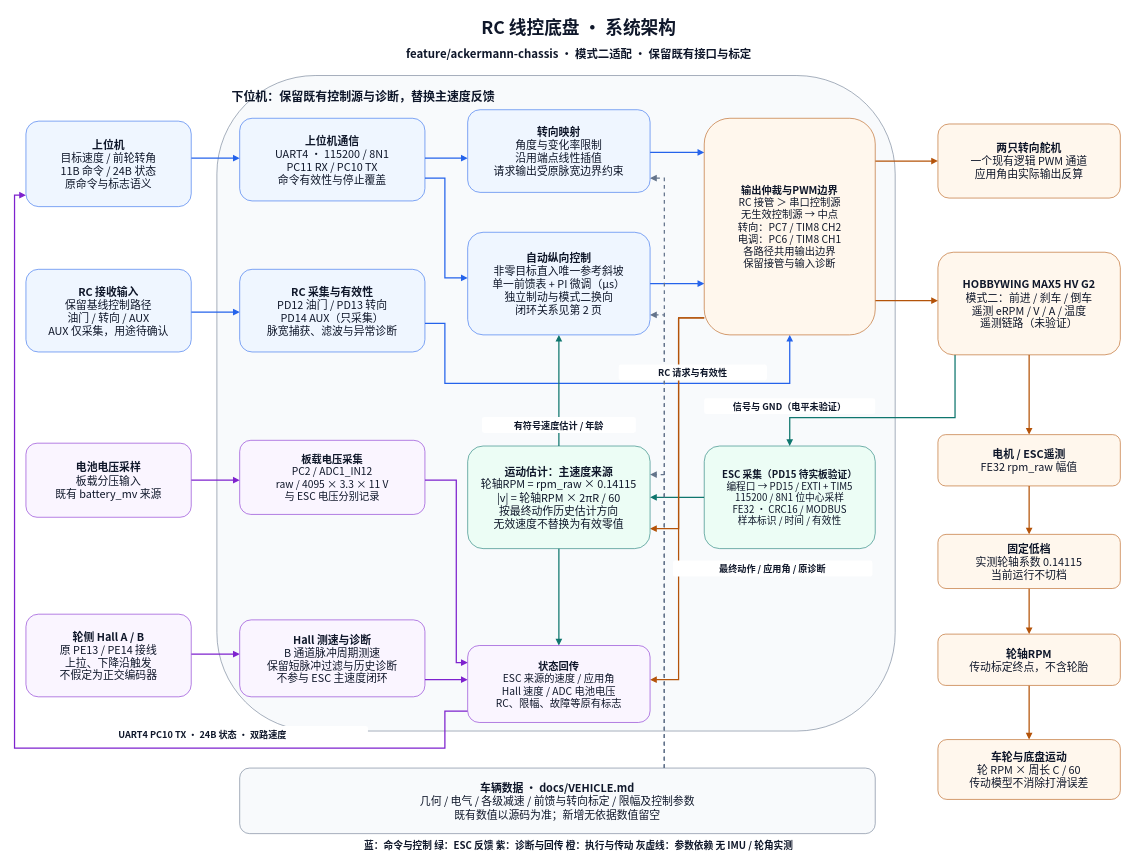
Above: page "01 系统架构与数据来源" (1 of 2) of docs/diagrams/chassis.drawio in XM-LEES/RCCar-Firmware (draw.io), before the change. Source tidied: cells renumbered, new cells numbered last; positions are measured from the earlier drawing's top-left corner, leaving out a move shared by most shapes. Both pictures are drawn from the tidied source at 57%, with x=0, y=0 at pixel (14, 10).
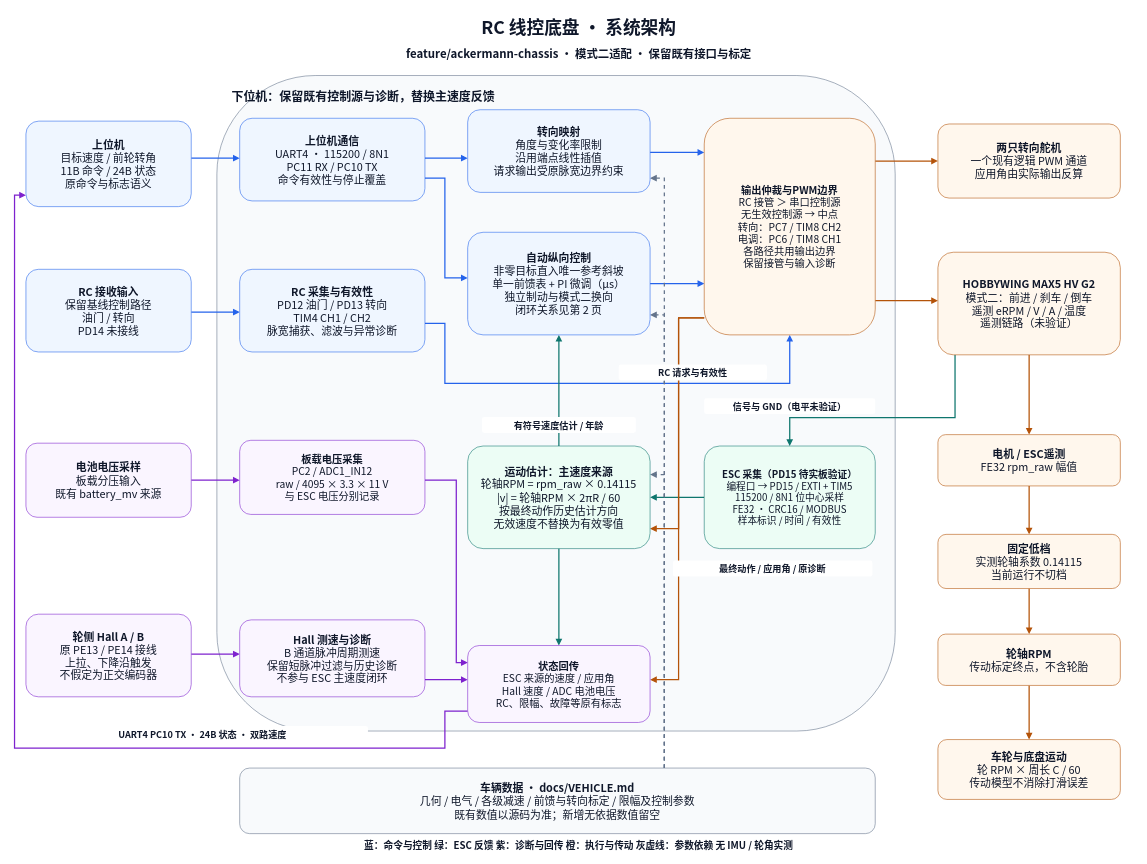
The same page after the edit.

Diff of the diagram source:
```diff
@@
-    <mxCell id="39" value="&lt;b&gt;RC 接收输入&lt;/b&gt;&lt;br&gt;保留基线控制路径&lt;br&gt;油门 / 转向 / AUX&lt;br&gt;AUX 仅采集，用途待确认" style="rounded=1;whiteSpace=wrap;html=1;fontFamily=Noto Sans CJK SC;fontSize=19;fontColor=#0f172a;fillColor=#eff6ff;strokeColor=#2563eb;spacing=8;" parent="1" vertex="1">
+    <mxCell id="39" value="&lt;b&gt;RC 接收输入&lt;/b&gt;&lt;br&gt;保留基线控制路径&lt;br&gt;油门 / 转向&lt;br&gt;PD14 未接线" style="rounded=1;whiteSpace=wrap;html=1;fontFamily=Noto Sans CJK SC;fontSize=19;fontColor=#0f172a;fillColor=#eff6ff;strokeColor=#2563eb;spacing=8;" parent="1" vertex="1">
       <mxGeometry x="20" y="455" width="290" height="145" as="geometry" />
     </mxCell>
-    <mxCell id="40" value="&lt;b&gt;RC 采集与有效性&lt;/b&gt;&lt;br&gt;PD12 油门 / PD13 转向&lt;br&gt;PD14 AUX（只采集）&lt;br&gt;脉宽捕获、滤波与异常诊断" style="rounded=1;whiteSpace=wrap;html=1;fontFamily=Noto Sans CJK SC;fontSize=19;fontColor=#0f172a;fillColor=#eff6ff;strokeColor=#2563eb;spacing=8;" parent="1" vertex="1">
+    <mxCell id="40" value="&lt;b&gt;RC 采集与有效性&lt;/b&gt;&lt;br&gt;PD12 油门 / PD13 转向&lt;br&gt;TIM4 CH1 / CH2&lt;br&gt;脉宽捕获、滤波与异常诊断" style="rounded=1;whiteSpace=wrap;html=1;fontFamily=Noto Sans CJK SC;fontSize=19;fontColor=#0f172a;fillColor=#eff6ff;strokeColor=#2563eb;spacing=8;" parent="1" vertex="1">
       <mxGeometry x="395" y="455" width="325" height="145" as="geometry" />
     </mxCell>
```
